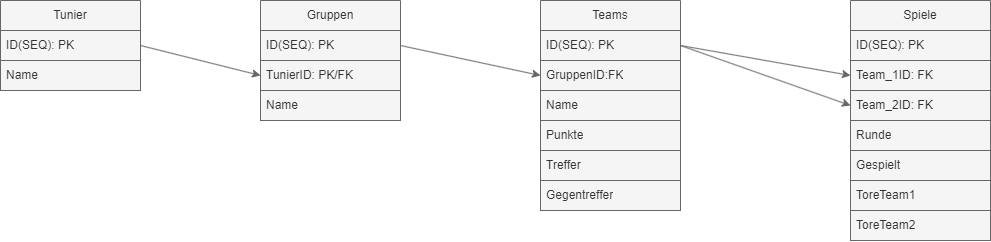
This is klassendiagram.png from n-bross/JUFO-Web, a draw.io export, as it was before one commit. Source tidied: cells renumbered, new cells last; positions are measured from the earlier drawing's top-left corner, leaving out a move shared by most shapes.
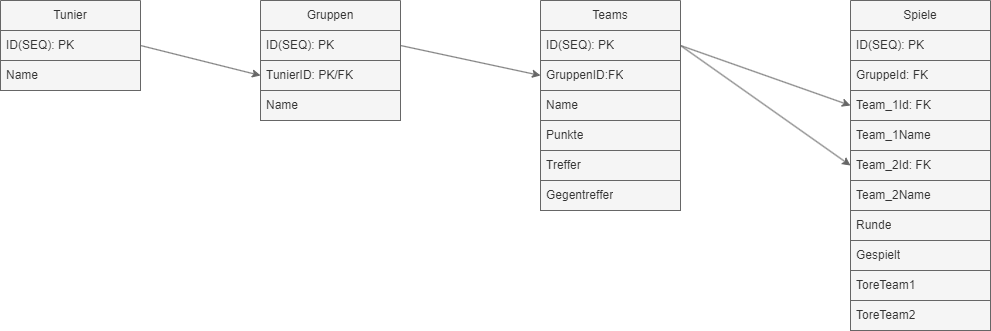
After the commit.

The edit, as a diff of the source:
```diff
@@ -45,28 +45,37 @@
       <mxGeometry y="180" width="140" height="30" as="geometry" />
     </mxCell>
     <mxCell id="16" value="Spiele" style="swimlane;fontStyle=0;horizontal=1;startSize=30;whiteSpace=wrap;html=1;fillColor=#f5f5f5;fontColor=#333333;strokeColor=#666666;" parent="1" vertex="1">
-      <mxGeometry x="850" width="140" height="240" as="geometry" />
+      <mxGeometry x="850" width="140" height="330" as="geometry" />
     </mxCell>
     <mxCell id="17" value="ID(SEQ): PK" style="text;strokeColor=#666666;fillColor=#f5f5f5;align=left;verticalAlign=middle;spacingLeft=4;spacingRight=4;overflow=hidden;whiteSpace=wrap;html=1;fontColor=#333333;" parent="16" vertex="1">
       <mxGeometry y="30" width="140" height="30" as="geometry" />
     </mxCell>
+    <mxCell id="28" value="GruppeId: FK" style="text;strokeColor=#666666;fillColor=#f5f5f5;align=left;verticalAlign=middle;spacingLeft=4;spacingRight=4;overflow=hidden;whiteSpace=wrap;html=1;fontColor=#333333;" parent="16" vertex="1">
+      <mxGeometry y="60" width="140" height="30" as="geometry" />
+    </mxCell>
-    <mxCell id="18" value="Team_1ID: FK" style="text;strokeColor=#666666;fillColor=#f5f5f5;align=left;verticalAlign=middle;spacingLeft=4;spacingRight=4;overflow=hidden;points=[[0,0.5],[1,0.5]];portConstraint=eastwest;whiteSpace=wrap;html=1;fontColor=#333333;" parent="16" vertex="1">
-      <mxGeometry y="60" width="140" height="30" as="geometry" />
+    <mxCell id="18" value="Team_1Id: FK" style="text;strokeColor=#666666;fillColor=#f5f5f5;align=left;verticalAlign=middle;spacingLeft=4;spacingRight=4;overflow=hidden;points=[[0,0.5],[1,0.5]];portConstraint=eastwest;whiteSpace=wrap;html=1;fontColor=#333333;" parent="16" vertex="1">
+      <mxGeometry y="90" width="140" height="30" as="geometry" />
     </mxCell>
+    <mxCell id="29" value="Team_1Name" style="text;strokeColor=#666666;fillColor=#f5f5f5;align=left;verticalAlign=middle;spacingLeft=4;spacingRight=4;overflow=hidden;whiteSpace=wrap;html=1;fontColor=#333333;" parent="16" vertex="1">
+      <mxGeometry y="120" width="140" height="30" as="geometry" />
+    </mxCell>
-    <mxCell id="19" value="Team_2ID: FK" style="text;strokeColor=#666666;fillColor=#f5f5f5;align=left;verticalAlign=middle;spacingLeft=4;spacingRight=4;overflow=hidden;points=[[0,0.5],[1,0.5]];portConstraint=eastwest;whiteSpace=wrap;html=1;fontColor=#333333;" parent="16" vertex="1">
-      <mxGeometry y="90" width="140" height="30" as="geometry" />
+    <mxCell id="19" value="Team_2Id: FK" style="text;strokeColor=#666666;fillColor=#f5f5f5;align=left;verticalAlign=middle;spacingLeft=4;spacingRight=4;overflow=hidden;points=[[0,0.5],[1,0.5]];portConstraint=eastwest;whiteSpace=wrap;html=1;fontColor=#333333;" parent="16" vertex="1">
+      <mxGeometry y="150" width="140" height="30" as="geometry" />
     </mxCell>
+    <mxCell id="30" value="Team_2Name" style="text;strokeColor=#666666;fillColor=#f5f5f5;align=left;verticalAlign=middle;spacingLeft=4;spacingRight=4;overflow=hidden;whiteSpace=wrap;html=1;fontColor=#333333;" parent="16" vertex="1">
+      <mxGeometry y="180" width="140" height="30" as="geometry" />
+    </mxCell>
     <mxCell id="20" value="Runde" style="text;strokeColor=#666666;fillColor=#f5f5f5;align=left;verticalAlign=middle;spacingLeft=4;spacingRight=4;overflow=hidden;whiteSpace=wrap;html=1;fontColor=#333333;" parent="16" vertex="1">
-      <mxGeometry y="120" width="140" height="30" as="geometry" />
+      <mxGeometry y="210" width="140" height="30" as="geometry" />
     </mxCell>
     <mxCell id="21" value="Gespielt" style="text;strokeColor=#666666;fillColor=#f5f5f5;align=left;verticalAlign=middle;spacingLeft=4;spacingRight=4;overflow=hidden;whiteSpace=wrap;html=1;fontColor=#333333;" parent="16" vertex="1">
-      <mxGeometry y="150" width="140" height="30" as="geometry" />
+      <mxGeometry y="240" width="140" height="30" as="geometry" />
     </mxCell>
     <mxCell id="22" value="ToreTeam1" style="text;strokeColor=#666666;fillColor=#f5f5f5;align=left;verticalAlign=middle;spacingLeft=4;spacingRight=4;overflow=hidden;whiteSpace=wrap;html=1;fontColor=#333333;" parent="16" vertex="1">
-      <mxGeometry y="180" width="140" height="30" as="geometry" />
+      <mxGeometry y="270" width="140" height="30" as="geometry" />
     </mxCell>
     <mxCell id="23" value="ToreTeam2" style="text;strokeColor=#666666;fillColor=#f5f5f5;align=left;verticalAlign=middle;spacingLeft=4;spacingRight=4;overflow=hidden;whiteSpace=wrap;html=1;fontColor=#333333;" parent="16" vertex="1">
-      <mxGeometry y="210" width="140" height="30" as="geometry" />
+      <mxGeometry y="300" width="140" height="30" as="geometry" />
     </mxCell>
     <mxCell id="24" style="edgeStyle=none;html=1;exitX=1;exitY=0.5;exitDx=0;exitDy=0;entryX=0;entryY=0.5;entryDx=0;entryDy=0;fillColor=#f5f5f5;strokeColor=#666666;" parent="1" edge="1" source="3" target="7">
       <mxGeometry relative="1" as="geometry" />
```
